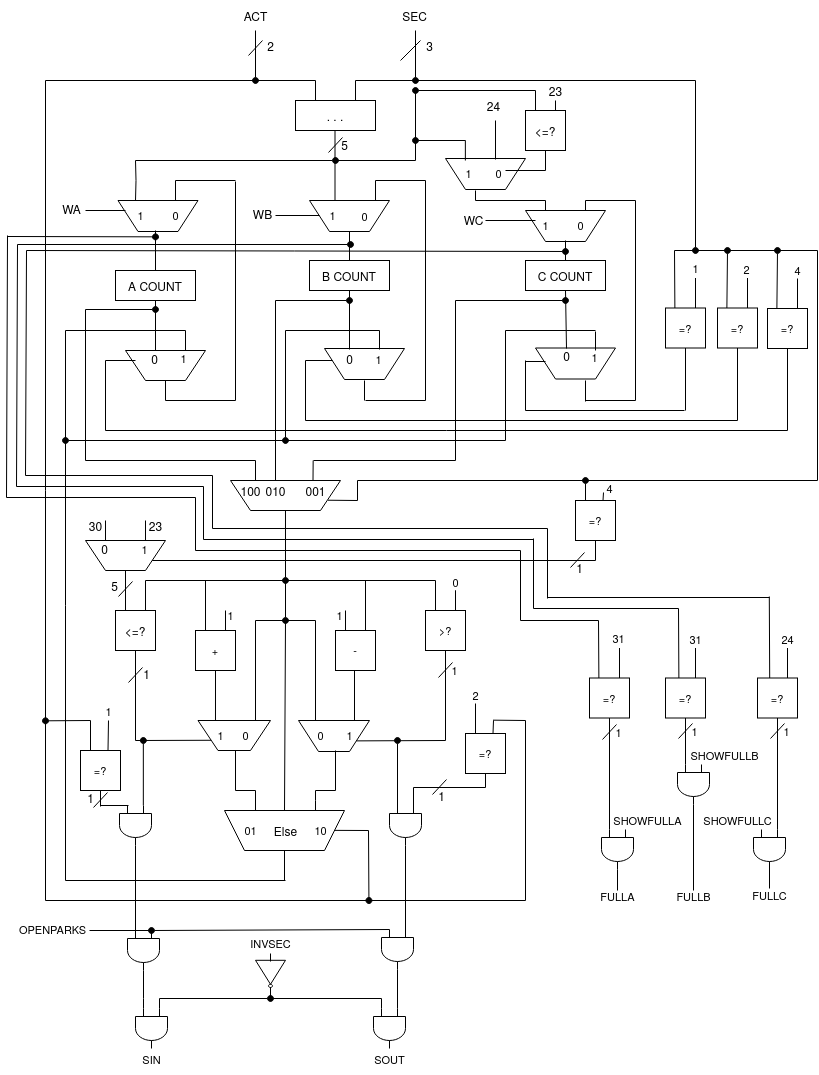
Occhioverde/ae-parcheggio keeps this draw.io diagram as doc/img/datapath.png. Above is the earlier version. Source tidied: cells renumbered, new cells last; positions are measured from the earlier drawing's top-left corner, leaving out a move shared by most shapes.
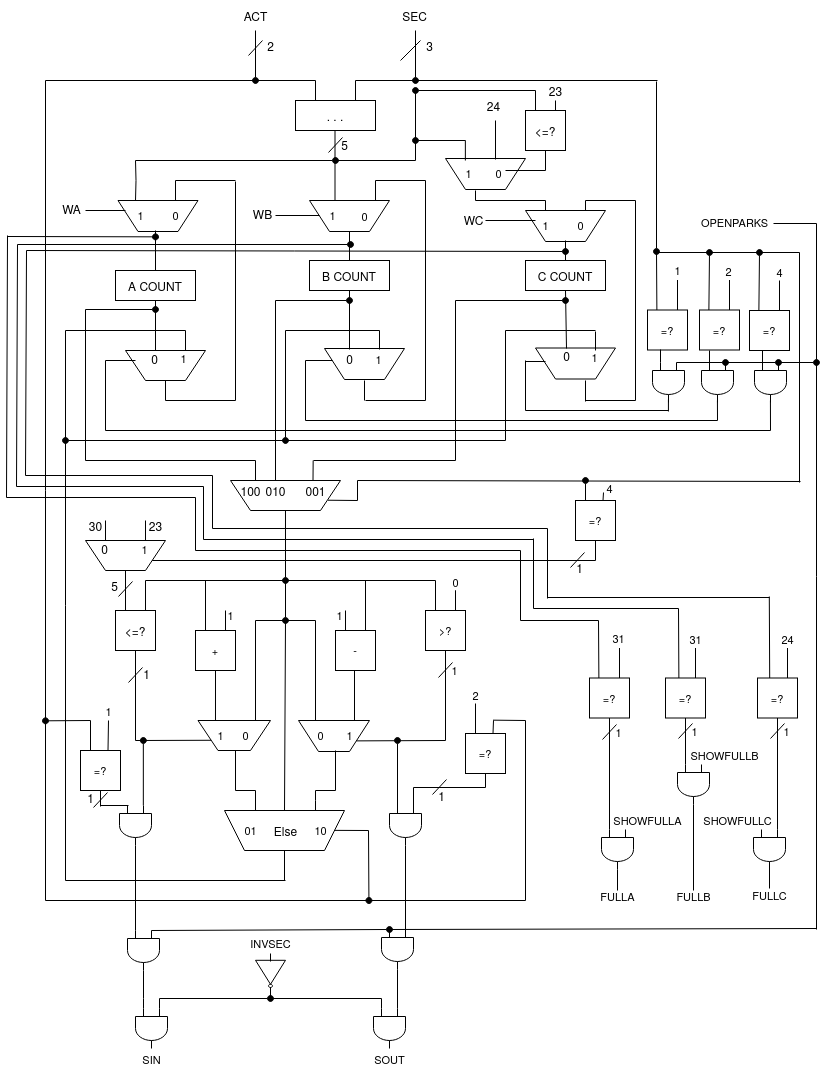
After the change.

Change to the diagram source:
```diff
@@ -36,7 +36,7 @@
     <mxCell id="8" style="endArrow=none;html=1;rounded=0;" parent="1" edge="1">
       <mxGeometry relative="1" as="geometry">
         <mxPoint x="409" y="80" as="sourcePoint" />
-        <mxPoint x="689" y="80" as="targetPoint" />
+        <mxPoint x="651" y="80" as="targetPoint" />
       </mxGeometry>
     </mxCell>
     <mxCell id="9" style="endArrow=none;html=1;rounded=0;entryX=0;entryY=0;entryDx=0;entryDy=0;entryPerimeter=0;endFill=0;startArrow=oval;startFill=1;" parent="1" edge="1">
@@ -359,13 +359,13 @@
     <mxCell id="66" style="endArrow=none;html=1;rounded=0;" parent="1" edge="1">
       <mxGeometry relative="1" as="geometry">
         <mxPoint x="99" y="430" as="sourcePoint" />
-        <mxPoint x="781" y="430" as="targetPoint" />
+        <mxPoint x="764" y="430" as="targetPoint" />
       </mxGeometry>
     </mxCell>
     <mxCell id="67" style="endArrow=none;html=1;rounded=0;startArrow=oval;startFill=1;" parent="1" edge="1">
       <mxGeometry relative="1" as="geometry">
-        <mxPoint x="689" y="250" as="sourcePoint" />
-        <mxPoint x="689" y="80" as="targetPoint" />
+        <mxPoint x="650" y="251" as="sourcePoint" />
+        <mxPoint x="650" y="81" as="targetPoint" />
       </mxGeometry>
     </mxCell>
     <mxCell id="68" style="endArrow=none;html=1;rounded=0;" parent="1" edge="1">
@@ -848,9 +848,6 @@
         <mxPoint x="129" y="845" as="targetPoint" />
       </mxGeometry>
     </mxCell>
-    <mxCell id="170" value="OPENPARKS" style="text;html=1;align=center;verticalAlign=middle;strokeColor=none;fillColor=none;fontSize=11;fontFamily=Helvetica;fontColor=default;" parent="1" vertex="1">
-      <mxGeometry x="1" y="914" width="90" height="30" as="geometry" />
-    </mxCell>
     <mxCell id="171" style="endArrow=none;html=1;rounded=0;labelBackgroundColor=default;strokeColor=default;fontFamily=Helvetica;fontSize=11;fontColor=default;shape=connector;entryX=1;entryY=0.5;entryDx=0;entryDy=0;entryPerimeter=0;" parent="1" edge="1" target="186">
       <mxGeometry relative="1" as="geometry">
         <mxPoint x="137" y="998" as="sourcePoint" />
@@ -890,8 +887,8 @@
     </mxCell>
     <mxCell id="178" style="endArrow=none;html=1;rounded=0;labelBackgroundColor=default;strokeColor=default;fontFamily=Helvetica;fontSize=11;fontColor=default;shape=connector;" parent="1" edge="1">
       <mxGeometry relative="1" as="geometry">
-        <mxPoint x="668.4" y="307.5" as="sourcePoint" />
-        <mxPoint x="668" y="250" as="targetPoint" />
+        <mxPoint x="650.4" y="309.5" as="sourcePoint" />
+        <mxPoint x="650" y="252" as="targetPoint" />
       </mxGeometry>
     </mxCell>
     <mxCell id="179" style="endArrow=none;html=1;rounded=0;labelBackgroundColor=default;strokeColor=default;fontFamily=Helvetica;fontSize=11;fontColor=default;shape=connector;" parent="1" edge="1">
@@ -901,18 +898,17 @@
       </mxGeometry>
     </mxCell>
     <mxCell id="180" value="=?" style="whiteSpace=wrap;html=1;fontFamily=Helvetica;fontSize=11;fontColor=default;fillColor=none;" parent="1" vertex="1">
-      <mxGeometry x="659" y="307.5" width="40" height="40" as="geometry" />
+      <mxGeometry x="641" y="309.5" width="40" height="40" as="geometry" />
     </mxCell>
     <mxCell id="181" style="endArrow=none;html=1;rounded=0;labelBackgroundColor=default;strokeColor=default;fontFamily=Helvetica;fontSize=11;fontColor=default;shape=connector;" parent="1" edge="1">
       <mxGeometry relative="1" as="geometry">
-        <mxPoint x="689" y="307.5" as="sourcePoint" />
-        <mxPoint x="689" y="277.5" as="targetPoint" />
+        <mxPoint x="671" y="309.5" as="sourcePoint" />
+        <mxPoint x="671" y="279.5" as="targetPoint" />
       </mxGeometry>
     </mxCell>
-    <mxCell id="182" style="endArrow=none;html=1;rounded=0;labelBackgroundColor=default;strokeColor=default;fontFamily=Helvetica;fontSize=11;fontColor=default;shape=connector;" parent="1" edge="1">
+    <mxCell id="182" style="endArrow=none;html=1;rounded=0;labelBackgroundColor=default;strokeColor=default;fontFamily=Helvetica;fontSize=11;fontColor=default;shape=connector;exitX=0;exitY=0.75;exitDx=0;exitDy=0;exitPerimeter=0;" parent="1" edge="1" source="314">
       <mxGeometry relative="1" as="geometry">
-        <mxPoint x="679" y="410" as="sourcePoint" />
-        <mxPoint x="679" y="347.5" as="targetPoint" />
+        <mxPoint x="654" y="349" as="targetPoint" />
       </mxGeometry>
     </mxCell>
     <mxCell id="183" value="ACT" style="text;html=1;align=center;verticalAlign=middle;strokeColor=none;fillColor=none;" parent="1" vertex="1">
@@ -950,12 +946,7 @@
     <mxCell id="192" style="verticalLabelPosition=bottom;shadow=0;dashed=0;align=center;html=1;verticalAlign=top;shape=mxgraph.electrical.logic_gates.logic_gate;operation=and;rotation=90;fillColor=none;" parent="1" vertex="1">
       <mxGeometry x="371" y="933" width="40" height="32" as="geometry" />
     </mxCell>
-    <mxCell id="193" style="endArrow=none;html=1;rounded=0;labelBackgroundColor=default;strokeColor=default;fontFamily=Helvetica;fontSize=11;fontColor=default;shape=connector;entryX=0;entryY=0.25;entryDx=0;entryDy=0;entryPerimeter=0;" parent="1" edge="1" target="186">
-      <mxGeometry relative="1" as="geometry">
-        <mxPoint x="83" y="930" as="sourcePoint" />
-      </mxGeometry>
-    </mxCell>
-    <mxCell id="194" style="endArrow=none;html=1;rounded=0;labelBackgroundColor=default;strokeColor=default;fontFamily=Helvetica;fontSize=11;fontColor=default;shape=connector;entryX=0;entryY=0.75;entryDx=0;entryDy=0;entryPerimeter=0;startArrow=oval;startFill=1;" parent="1" edge="1" target="192">
+    <mxCell id="194" style="endArrow=oval;html=1;rounded=0;labelBackgroundColor=default;strokeColor=default;fontFamily=Helvetica;fontSize=11;fontColor=default;shape=connector;entryX=0;entryY=0.75;entryDx=0;entryDy=0;entryPerimeter=0;startArrow=none;startFill=0;endFill=1;" parent="1" edge="1" target="192">
       <mxGeometry relative="1" as="geometry">
         <mxPoint x="145" y="930" as="sourcePoint" />
       </mxGeometry>
@@ -1085,83 +1076,71 @@
     </mxCell>
     <mxCell id="221" style="endArrow=oval;html=1;rounded=0;labelBackgroundColor=default;strokeColor=default;fontFamily=Helvetica;fontSize=11;fontColor=default;shape=connector;startArrow=none;startFill=0;endFill=1;" parent="1" edge="1">
       <mxGeometry relative="1" as="geometry">
-        <mxPoint x="720.4" y="307.5" as="sourcePoint" />
-        <mxPoint x="721" y="250" as="targetPoint" />
+        <mxPoint x="702.4" y="309.5" as="sourcePoint" />
+        <mxPoint x="703" y="252" as="targetPoint" />
       </mxGeometry>
     </mxCell>
     <mxCell id="222" value="=?" style="whiteSpace=wrap;html=1;fontFamily=Helvetica;fontSize=11;fontColor=default;fillColor=none;" parent="1" vertex="1">
-      <mxGeometry x="711" y="307.5" width="40" height="40" as="geometry" />
+      <mxGeometry x="693" y="309.5" width="40" height="40" as="geometry" />
     </mxCell>
     <mxCell id="223" style="endArrow=none;html=1;rounded=0;labelBackgroundColor=default;strokeColor=default;fontFamily=Helvetica;fontSize=11;fontColor=default;shape=connector;" parent="1" edge="1">
       <mxGeometry relative="1" as="geometry">
-        <mxPoint x="741" y="307.5" as="sourcePoint" />
-        <mxPoint x="741" y="277.5" as="targetPoint" />
+        <mxPoint x="723" y="309.5" as="sourcePoint" />
+        <mxPoint x="723" y="279.5" as="targetPoint" />
       </mxGeometry>
     </mxCell>
-    <mxCell id="224" style="endArrow=none;html=1;rounded=0;labelBackgroundColor=default;strokeColor=default;fontFamily=Helvetica;fontSize=11;fontColor=default;shape=connector;" parent="1" edge="1">
-      <mxGeometry relative="1" as="geometry">
-        <mxPoint x="731" y="420" as="sourcePoint" />
-        <mxPoint x="731" y="347.5" as="targetPoint" />
-      </mxGeometry>
-    </mxCell>
     <mxCell id="225" style="endArrow=oval;html=1;rounded=0;labelBackgroundColor=default;strokeColor=default;fontFamily=Helvetica;fontSize=11;fontColor=default;shape=connector;endFill=1;" parent="1" edge="1">
       <mxGeometry relative="1" as="geometry">
-        <mxPoint x="770.4" y="308" as="sourcePoint" />
-        <mxPoint x="771" y="250" as="targetPoint" />
+        <mxPoint x="752.4" y="310" as="sourcePoint" />
+        <mxPoint x="753" y="252" as="targetPoint" />
       </mxGeometry>
     </mxCell>
     <mxCell id="226" value="=?" style="whiteSpace=wrap;html=1;fontFamily=Helvetica;fontSize=11;fontColor=default;fillColor=none;" parent="1" vertex="1">
-      <mxGeometry x="761" y="308" width="40" height="40" as="geometry" />
+      <mxGeometry x="743" y="310" width="40" height="40" as="geometry" />
     </mxCell>
     <mxCell id="227" style="endArrow=none;html=1;rounded=0;labelBackgroundColor=default;strokeColor=default;fontFamily=Helvetica;fontSize=11;fontColor=default;shape=connector;" parent="1" edge="1">
       <mxGeometry relative="1" as="geometry">
-        <mxPoint x="791" y="308" as="sourcePoint" />
-        <mxPoint x="791" y="278" as="targetPoint" />
+        <mxPoint x="773" y="310" as="sourcePoint" />
+        <mxPoint x="773" y="280" as="targetPoint" />
       </mxGeometry>
     </mxCell>
-    <mxCell id="228" style="endArrow=none;html=1;rounded=0;labelBackgroundColor=default;strokeColor=default;fontFamily=Helvetica;fontSize=11;fontColor=default;shape=connector;" parent="1" edge="1">
-      <mxGeometry relative="1" as="geometry">
-        <mxPoint x="781" y="430" as="sourcePoint" />
-        <mxPoint x="781" y="348" as="targetPoint" />
-      </mxGeometry>
-    </mxCell>
     <mxCell id="229" style="endArrow=none;html=1;rounded=0;" parent="1" edge="1">
       <mxGeometry relative="1" as="geometry">
         <mxPoint x="299" y="420" as="sourcePoint" />
-        <mxPoint x="731" y="420" as="targetPoint" />
+        <mxPoint x="711" y="420" as="targetPoint" />
       </mxGeometry>
     </mxCell>
     <mxCell id="230" style="endArrow=none;html=1;rounded=0;" parent="1" edge="1">
       <mxGeometry relative="1" as="geometry">
         <mxPoint x="519" y="410" as="sourcePoint" />
-        <mxPoint x="678" y="410" as="targetPoint" />
+        <mxPoint x="662" y="410" as="targetPoint" />
       </mxGeometry>
     </mxCell>
     <mxCell id="231" value="1" style="text;html=1;align=center;verticalAlign=middle;strokeColor=none;fillColor=none;fontSize=11;fontFamily=Helvetica;fontColor=default;" parent="1" vertex="1">
-      <mxGeometry x="674" y="252.5" width="30" height="30" as="geometry" />
+      <mxGeometry x="656" y="254.5" width="30" height="30" as="geometry" />
     </mxCell>
     <mxCell id="232" value="2" style="text;html=1;align=center;verticalAlign=middle;strokeColor=none;fillColor=none;fontSize=11;fontFamily=Helvetica;fontColor=default;" parent="1" vertex="1">
-      <mxGeometry x="725" y="254" width="30" height="30" as="geometry" />
+      <mxGeometry x="707" y="256" width="30" height="30" as="geometry" />
     </mxCell>
     <mxCell id="233" value="4" style="text;html=1;align=center;verticalAlign=middle;strokeColor=none;fillColor=none;fontSize=11;fontFamily=Helvetica;fontColor=default;" parent="1" vertex="1">
-      <mxGeometry x="776" y="255" width="30" height="30" as="geometry" />
+      <mxGeometry x="758" y="257" width="30" height="30" as="geometry" />
     </mxCell>
     <mxCell id="234" style="endArrow=none;html=1;rounded=0;" parent="1" edge="1">
       <mxGeometry relative="1" as="geometry">
-        <mxPoint x="668" y="250" as="sourcePoint" />
-        <mxPoint x="811" y="250" as="targetPoint" />
+        <mxPoint x="650" y="252" as="sourcePoint" />
+        <mxPoint x="793" y="252" as="targetPoint" />
       </mxGeometry>
     </mxCell>
     <mxCell id="235" style="endArrow=none;html=1;rounded=0;" parent="1" edge="1">
       <mxGeometry relative="1" as="geometry">
-        <mxPoint x="811" y="480" as="sourcePoint" />
-        <mxPoint x="811" y="250" as="targetPoint" />
+        <mxPoint x="793" y="482" as="sourcePoint" />
+        <mxPoint x="793" y="252" as="targetPoint" />
       </mxGeometry>
     </mxCell>
     <mxCell id="236" style="endArrow=none;html=1;rounded=0;" parent="1" edge="1">
       <mxGeometry relative="1" as="geometry">
         <mxPoint x="351" y="480" as="sourcePoint" />
-        <mxPoint x="811" y="480" as="targetPoint" />
+        <mxPoint x="794" y="481" as="targetPoint" />
       </mxGeometry>
     </mxCell>
     <mxCell id="237" style="endArrow=none;html=1;rounded=0;labelBackgroundColor=default;strokeColor=default;fontFamily=Helvetica;fontSize=11;fontColor=default;shape=connector;exitX=0.25;exitY=0;exitDx=0;exitDy=0;" parent="1" edge="1">
@@ -1538,5 +1517,81 @@
     <mxCell id="313" value="1" style="text;html=1;align=center;verticalAlign=middle;strokeColor=none;fillColor=none;fontSize=11;fontFamily=Helvetica;fontColor=default;" parent="1" vertex="1">
       <mxGeometry x="765" y="716" width="30" height="30" as="geometry" />
     </mxCell>
+    <mxCell id="314" style="verticalLabelPosition=bottom;shadow=0;dashed=0;align=center;html=1;verticalAlign=top;shape=mxgraph.electrical.logic_gates.logic_gate;operation=and;rotation=90;fillColor=none;" parent="1" vertex="1">
+      <mxGeometry x="642" y="366" width="40" height="32" as="geometry" />
+    </mxCell>
+    <mxCell id="315" style="endArrow=none;html=1;rounded=0;labelBackgroundColor=default;strokeColor=default;fontFamily=Helvetica;fontSize=11;fontColor=default;shape=connector;exitX=0;exitY=0.75;exitDx=0;exitDy=0;exitPerimeter=0;" parent="1" edge="1">
+      <mxGeometry relative="1" as="geometry">
+        <mxPoint x="661.9" y="411" as="sourcePoint" />
+        <mxPoint x="661.9" y="399" as="targetPoint" />
+      </mxGeometry>
+    </mxCell>
+    <mxCell id="316" style="endArrow=none;html=1;rounded=0;labelBackgroundColor=default;strokeColor=default;fontFamily=Helvetica;fontSize=11;fontColor=default;shape=connector;exitX=0;exitY=0.75;exitDx=0;exitDy=0;exitPerimeter=0;" parent="1" edge="1" source="317">
+      <mxGeometry relative="1" as="geometry">
+        <mxPoint x="703" y="350" as="targetPoint" />
+      </mxGeometry>
+    </mxCell>
+    <mxCell id="317" style="verticalLabelPosition=bottom;shadow=0;dashed=0;align=center;html=1;verticalAlign=top;shape=mxgraph.electrical.logic_gates.logic_gate;operation=and;rotation=90;fillColor=none;" parent="1" vertex="1">
+      <mxGeometry x="691" y="366" width="40" height="32" as="geometry" />
+    </mxCell>
+    <mxCell id="318" style="endArrow=none;html=1;rounded=0;labelBackgroundColor=default;strokeColor=default;fontFamily=Helvetica;fontSize=11;fontColor=default;shape=connector;" parent="1" edge="1">
+      <mxGeometry relative="1" as="geometry">
+        <mxPoint x="711" y="420" as="sourcePoint" />
+        <mxPoint x="710.9" y="400" as="targetPoint" />
+      </mxGeometry>
+    </mxCell>
+    <mxCell id="319" style="endArrow=none;html=1;rounded=0;labelBackgroundColor=default;strokeColor=default;fontFamily=Helvetica;fontSize=11;fontColor=default;shape=connector;exitX=0;exitY=0.75;exitDx=0;exitDy=0;exitPerimeter=0;" parent="1" edge="1" source="320">
+      <mxGeometry relative="1" as="geometry">
+        <mxPoint x="756" y="350" as="targetPoint" />
+      </mxGeometry>
+    </mxCell>
+    <mxCell id="320" style="verticalLabelPosition=bottom;shadow=0;dashed=0;align=center;html=1;verticalAlign=top;shape=mxgraph.electrical.logic_gates.logic_gate;operation=and;rotation=90;fillColor=none;" parent="1" vertex="1">
+      <mxGeometry x="744" y="366" width="40" height="32" as="geometry" />
+    </mxCell>
+    <mxCell id="321" style="endArrow=none;html=1;rounded=0;labelBackgroundColor=default;strokeColor=default;fontFamily=Helvetica;fontSize=11;fontColor=default;shape=connector;" parent="1" edge="1">
+      <mxGeometry relative="1" as="geometry">
+        <mxPoint x="764" y="430" as="sourcePoint" />
+        <mxPoint x="763.9" y="400" as="targetPoint" />
+      </mxGeometry>
+    </mxCell>
+    <mxCell id="322" style="endArrow=none;html=1;rounded=0;" parent="1" edge="1">
+      <mxGeometry relative="1" as="geometry">
+        <mxPoint x="767" y="223" as="sourcePoint" />
+        <mxPoint x="810" y="223" as="targetPoint" />
+      </mxGeometry>
+    </mxCell>
+    <mxCell id="170" value="OPENPARKS" style="text;html=1;align=center;verticalAlign=middle;strokeColor=none;fillColor=none;fontSize=11;fontFamily=Helvetica;fontColor=default;" parent="1" vertex="1">
+      <mxGeometry x="683" y="207" width="90" height="30" as="geometry" />
+    </mxCell>
+    <mxCell id="323" style="endArrow=none;html=1;rounded=0;" parent="1" edge="1">
+      <mxGeometry relative="1" as="geometry">
+        <mxPoint x="810" y="929" as="sourcePoint" />
+        <mxPoint x="810" y="223" as="targetPoint" />
+      </mxGeometry>
+    </mxCell>
+    <mxCell id="324" style="endArrow=oval;html=1;rounded=0;endFill=1;" parent="1" edge="1">
+      <mxGeometry relative="1" as="geometry">
+        <mxPoint x="772" y="362" as="sourcePoint" />
+        <mxPoint x="810" y="362" as="targetPoint" />
+      </mxGeometry>
+    </mxCell>
+    <mxCell id="325" style="endArrow=oval;html=1;rounded=0;endFill=1;" parent="1" edge="1">
+      <mxGeometry relative="1" as="geometry">
+        <mxPoint x="719" y="362" as="sourcePoint" />
+        <mxPoint x="772" y="362" as="targetPoint" />
+      </mxGeometry>
+    </mxCell>
+    <mxCell id="326" style="endArrow=oval;html=1;rounded=0;endFill=1;" parent="1" edge="1">
+      <mxGeometry relative="1" as="geometry">
+        <mxPoint x="670" y="362" as="sourcePoint" />
+        <mxPoint x="719" y="362" as="targetPoint" />
+      </mxGeometry>
+    </mxCell>
+    <mxCell id="327" style="endArrow=none;html=1;rounded=0;labelBackgroundColor=default;strokeColor=default;fontFamily=Helvetica;fontSize=11;fontColor=default;shape=connector;startArrow=none;startFill=0;endFill=0;" parent="1" edge="1">
+      <mxGeometry relative="1" as="geometry">
+        <mxPoint x="383" y="929" as="sourcePoint" />
+        <mxPoint x="810" y="928" as="targetPoint" />
+      </mxGeometry>
+    </mxCell>
   </root>
 </mxGraphModel>
```
